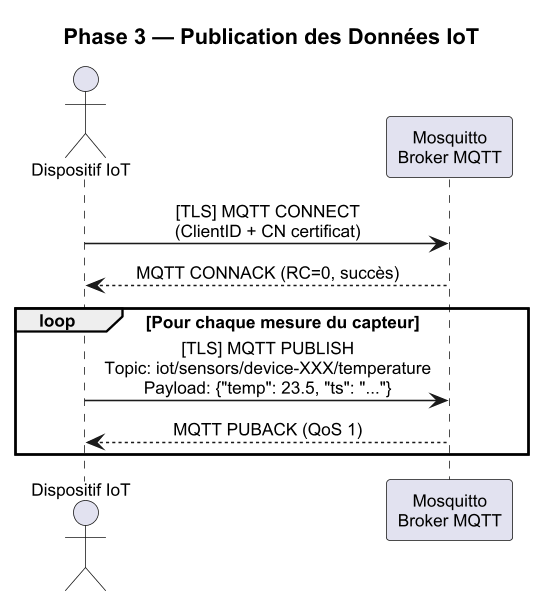
Before: documentation/rapport4/diagrams/diag-flux-phase3.png, a diagram exported from PlantUML (AmineGhannouchi/PFE-IoT-Security-TT).
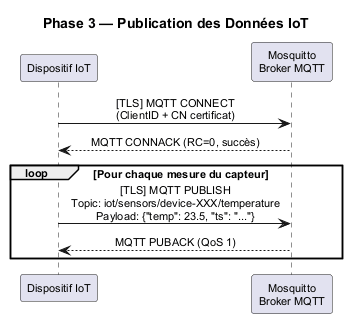
After the commit.

What changed in the source:
```diff
@@ -1,5 +1,4 @@
 @startuml diag-flux-phase3
-skinparamlocked dpi 150
 
 skinparam backgroundColor #FFFFFF
 skinparam defaultFontName Arial
@@ -9,7 +8,7 @@
 
 title Phase 3 — Publication des Données IoT
 
-actor "Dispositif IoT" as DEV
+participant "Dispositif IoT" as DEV
 participant "Mosquitto\nBroker MQTT" as BROKER
 
 DEV -> BROKER : [TLS] MQTT CONNECT\n(ClientID + CN certificat)
```
